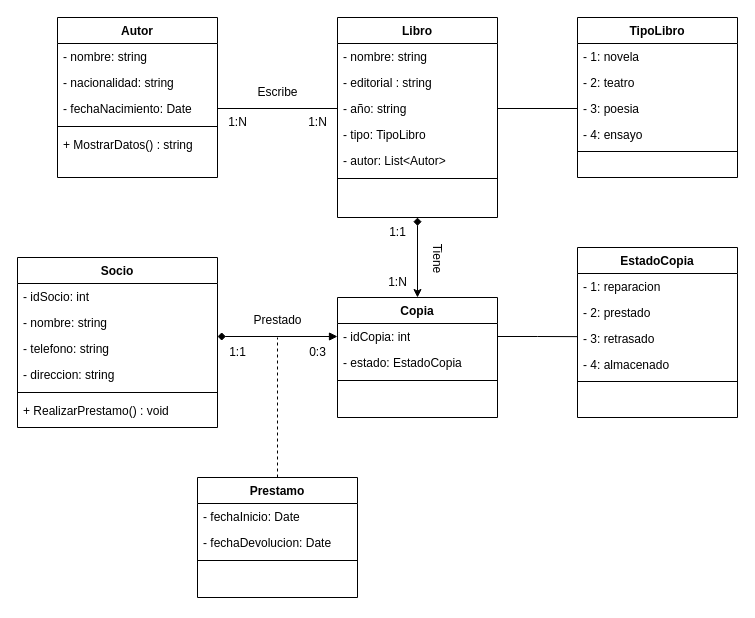
SerDieFer/1-DAW keeps this draw.io diagram as page "Page-1" (1 of 2) of DEVELOPMENT ENVIRONMENT/PRÁCTICA 7.1/Ejercicio 2.drawio. Above is the earlier version. Source tidied: cells renumbered, new cells numbered last; positions are measured from the earlier drawing's top-left corner, leaving out a move shared by most shapes. Both pictures are drawn from the tidied source at 100%, with x=0, y=0 at pixel (17, 17).
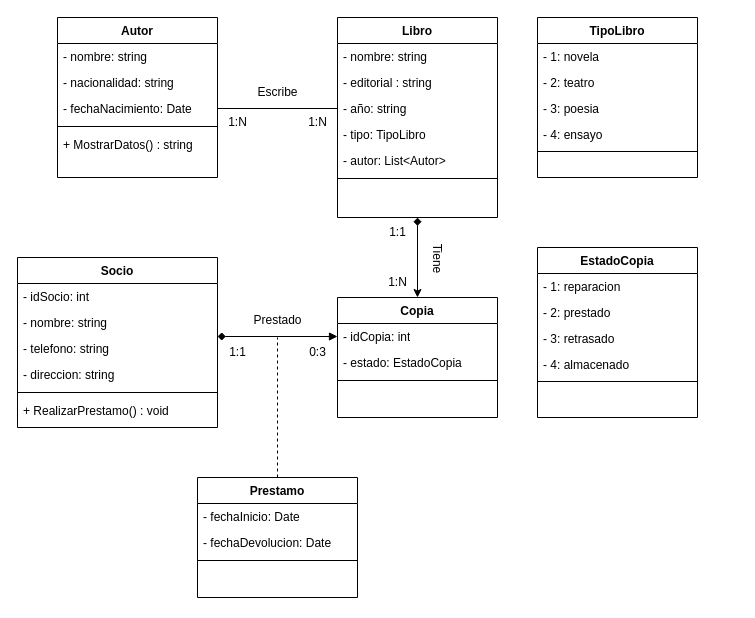
The same diagram, later.

Unchanged cells that the change refers to:
```xml
<mxCell id="5" value="- año: string" style="text;strokeColor=none;fillColor=none;align=left;verticalAlign=top;spacingLeft=4;spacingRight=4;overflow=hidden;points=[[0,0.5],[1,0.5]];portConstraint=eastwest;whiteSpace=wrap;html=1;" parent="2" vertex="1">
  <mxGeometry y="78" width="160" height="26" as="geometry" />
</mxCell>
<mxCell id="13" value="- 3: poesia" style="text;strokeColor=none;fillColor=none;align=left;verticalAlign=top;spacingLeft=4;spacingRight=4;overflow=hidden;points=[[0,0.5],[1,0.5]];portConstraint=eastwest;whiteSpace=wrap;html=1;" parent="10" vertex="1">
  <mxGeometry y="78" width="160" height="26" as="geometry" />
</mxCell>
<mxCell id="29" value="- idCopia: int" style="text;strokeColor=none;fillColor=none;align=left;verticalAlign=top;spacingLeft=4;spacingRight=4;overflow=hidden;points=[[0,0.5],[1,0.5]];portConstraint=eastwest;whiteSpace=wrap;html=1;" parent="28" vertex="1">
  <mxGeometry y="26" width="160" height="26" as="geometry" />
</mxCell>
<mxCell id="36" value="- 3: retrasado" style="text;strokeColor=none;fillColor=none;align=left;verticalAlign=top;spacingLeft=4;spacingRight=4;overflow=hidden;points=[[0,0.5],[1,0.5]];portConstraint=eastwest;whiteSpace=wrap;html=1;" parent="33" vertex="1">
  <mxGeometry y="78" width="160" height="26" as="geometry" />
</mxCell>
```

What changed in the source:
```diff
@@
     <mxCell id="10" value="TipoLibro" style="swimlane;fontStyle=1;align=center;verticalAlign=top;horizontal=1;startSize=26;whiteSpace=wrap;html=1;" parent="1" vertex="1">
-      <mxGeometry x="560" width="160" height="160" as="geometry" />
+      <mxGeometry x="520" width="160" height="160" as="geometry" />
     </mxCell>
@@
-    <mxCell id="17" style="edgeStyle=orthogonalEdgeStyle;rounded=0;jettySize=auto;html=1;entryX=0;entryY=0.5;entryDx=0;entryDy=0;endArrow=none;endFill=0;" parent="1" edge="1" source="5" target="13">
-      <mxGeometry relative="1" as="geometry" />
-    </mxCell>
@@
     <mxCell id="33" value="EstadoCopia" style="swimlane;fontStyle=1;align=center;verticalAlign=top;horizontal=1;startSize=26;whiteSpace=wrap;html=1;" parent="1" vertex="1">
-      <mxGeometry x="560" y="230" width="160" height="170" as="geometry" />
+      <mxGeometry x="520" y="230" width="160" height="170" as="geometry" />
     </mxCell>
@@
-    <mxCell id="40" style="edgeStyle=orthogonalEdgeStyle;rounded=0;jettySize=auto;html=1;entryX=0.001;entryY=0.428;entryDx=0;entryDy=0;entryPerimeter=0;endArrow=none;endFill=0;" parent="1" edge="1" source="29" target="36">
-      <mxGeometry relative="1" as="geometry" />
-    </mxCell>
```
